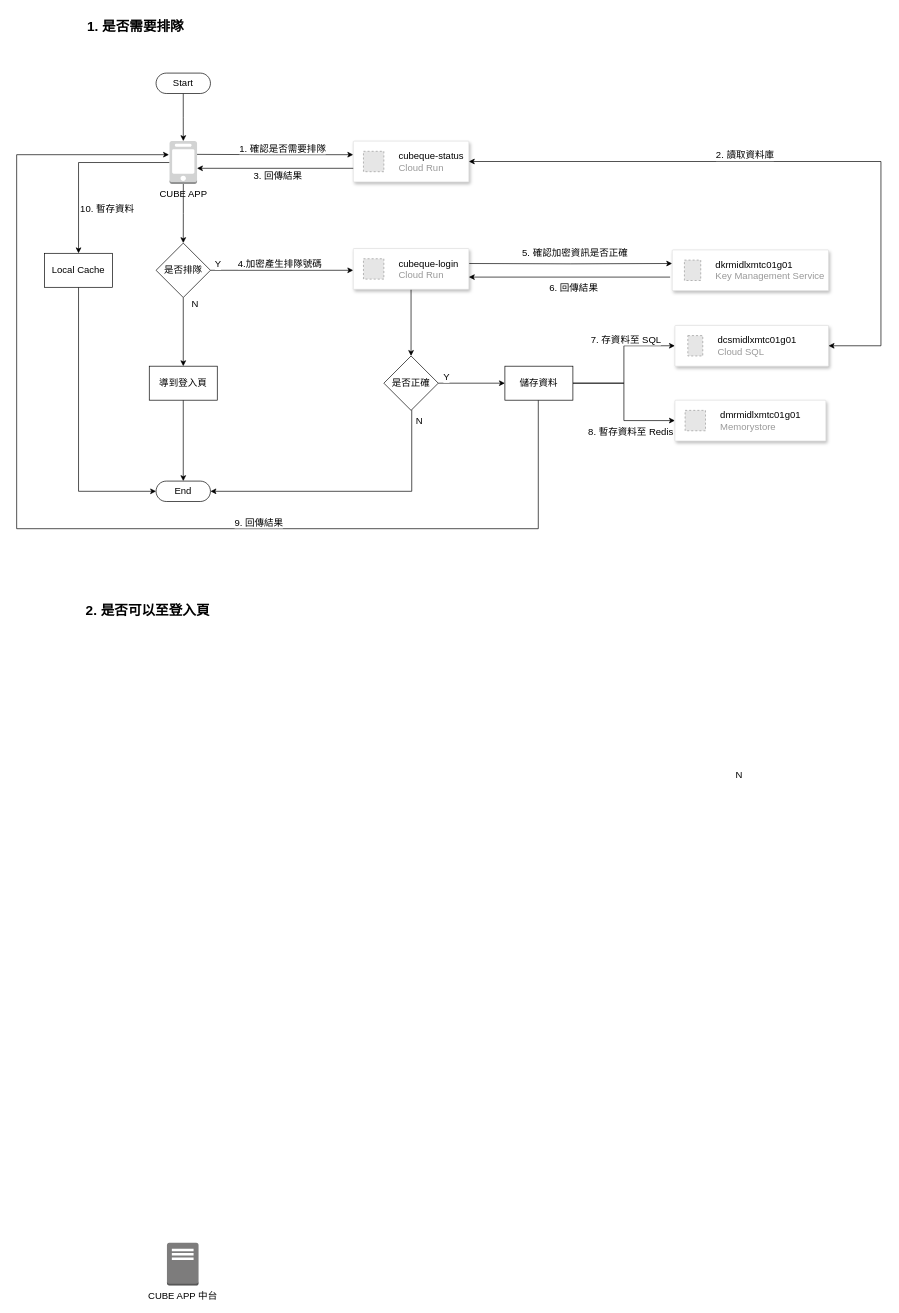
This is aaa.drawio from JaeyoLin/draw.io, a draw.io file, before an edit. Source tidied: cells renumbered, new cells numbered last; positions are measured from the earlier drawing's top-left corner, leaving out a move shared by most shapes. Both pictures are drawn from the tidied source at 68%, with x=0, y=0 at pixel (16, 12). Pictures stored in the file or linked from it are replaced by grey dashed boxes.
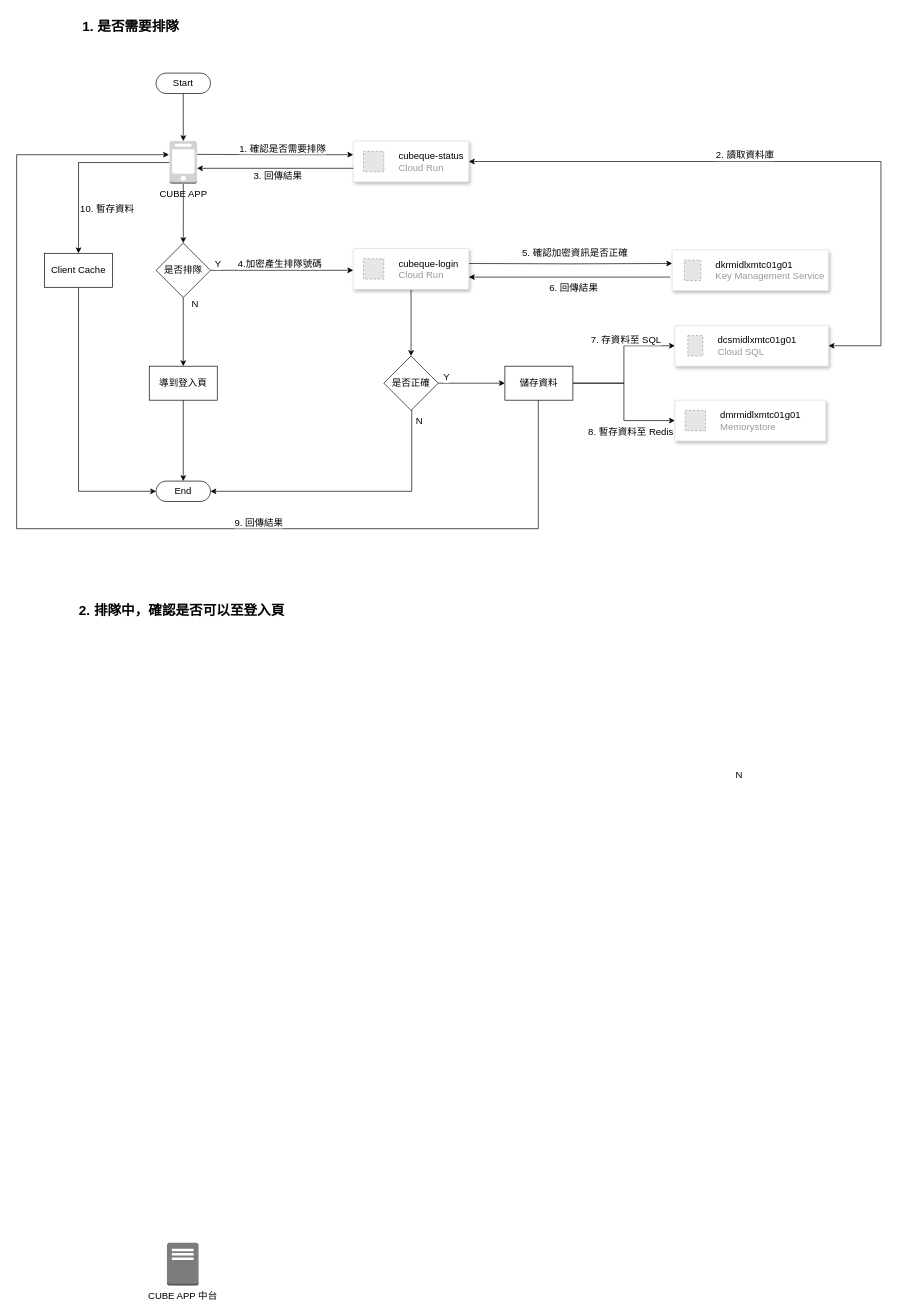
The same diagram, later.

Change to the diagram source:
```diff
@@
-    <mxCell id="19" value="Start" style="html=1;dashed=0;whiteSpace=wrap;shape=mxgraph.dfd.start;fontSize=14;" parent="1" vertex="1">
+    <mxCell id="19" value="Start" style="html=1;dashed=0;whiteSpace=wrap;shape=mxgraph.dfd.start;fontSize=14;labelBackgroundColor=default;" parent="1" vertex="1">
       <mxGeometry x="205" y="90" width="80" height="30" as="geometry" />
     </mxCell>
@@
-    <mxCell id="49" value="&lt;span style=&quot;font-size: 14px;&quot;&gt;Local Cache&lt;/span&gt;" style="html=1;dashed=0;whiteSpace=wrap;" parent="1" vertex="1">
+    <mxCell id="49" value="&lt;span style=&quot;font-size: 14px;&quot;&gt;Client Cache&lt;/span&gt;" style="html=1;dashed=0;whiteSpace=wrap;" parent="1" vertex="1">
       <mxGeometry x="41" y="355" width="100" height="50" as="geometry" />
     </mxCell>
@@
     <mxCell id="53" value="&lt;font style=&quot;font-size: 20px;&quot;&gt;1. 是否需要排隊&lt;/font&gt;" style="text;html=1;strokeColor=none;fillColor=none;align=center;verticalAlign=middle;whiteSpace=wrap;rounded=0;fontStyle=1;" parent="1" vertex="1">
-      <mxGeometry x="85.2" width="180" height="40" as="geometry" />
+      <mxGeometry x="85.2" width="165.8" height="40" as="geometry" />
     </mxCell>
-    <mxCell id="54" value="&lt;font style=&quot;font-size: 20px;&quot;&gt;2. 是否可以至登入頁&lt;/font&gt;" style="text;html=1;strokeColor=none;fillColor=none;align=center;verticalAlign=middle;whiteSpace=wrap;rounded=0;fontStyle=1;" parent="1" vertex="1">
-      <mxGeometry x="85.2" y="860" width="215.8" height="40" as="geometry" />
+    <mxCell id="54" value="&lt;font style=&quot;font-size: 20px;&quot;&gt;2. 排隊中，確認是否可以至登入頁&lt;/font&gt;" style="text;html=1;strokeColor=none;fillColor=none;align=center;verticalAlign=middle;whiteSpace=wrap;rounded=0;fontStyle=1;" parent="1" vertex="1">
+      <mxGeometry x="85.2" y="860" width="315.8" height="40" as="geometry" />
     </mxCell>
```
